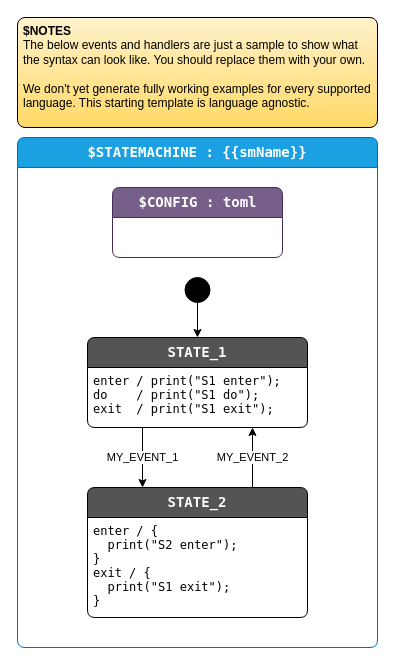
The draw.io diagram src/StateSmith.Cli/Create/Templates/drawio-simple-1/diagram.drawio in StateSmith/StateSmith, before the edit. Source tidied: cells renumbered, new cells numbered last; positions are measured from the earlier drawing's top-left corner, leaving out a move shared by most shapes. Both pictures are drawn from the tidied source at 100%, with x=0, y=0 at pixel (17, 17).
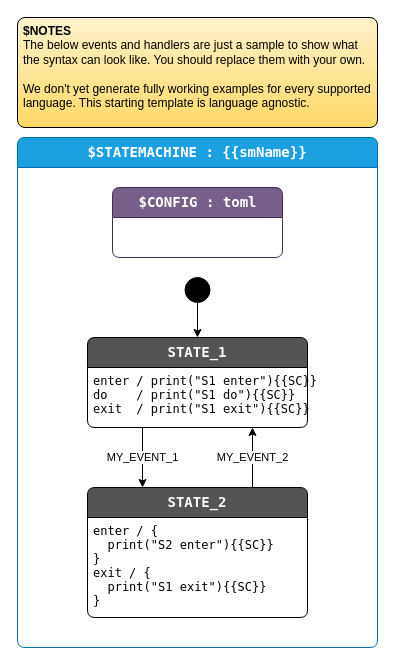
Above is the later version.

The edit, as a diff of the source:
```diff
@@
 <mxGraphModel>
   <root>
     <mxCell id="0" />
     <mxCell id="1" parent="0" />
     <mxCell id="2" value="&lt;b&gt;$NOTES&lt;/b&gt;&lt;br&gt;The below events and handlers are just a sample to show what the syntax can&amp;nbsp;look like. You should replace them with your own.&lt;br&gt;&lt;br&gt;We don't yet generate fully working examples for every supported language. This starting template is language agnostic." style="shape=rectangle;rounded=1;arcSize=15;absoluteArcSize=1;align=left;verticalAlign=top;whiteSpace=wrap;html=1;spacingLeft=4;strokeWidth=1;strokeColor=default;fillColor=#fff2cc;fontColor=#000000;gradientColor=#ffd966;" parent="1" vertex="1">
       <mxGeometry width="360" height="110" as="geometry" />
     </mxCell>
     <mxCell id="3" value="$STATEMACHINE : {{smName}}" style="shape=swimlane;align=center;verticalAlign=top;fontFamily=Lucida Console;startSize=30;fontSize=14;fontStyle=1;fontColor=#ffffff;fillColor=#1ba1e2;swimlaneFillColor=default;rounded=1;arcSize=15;absoluteArcSize=1;strokeColor=#006EAF;" parent="1" vertex="1">
       <mxGeometry y="120" width="360" height="510" as="geometry" />
     </mxCell>
     <mxCell id="4" value=" " style="fontFamily=Lucida Console;align=left;verticalAlign=top;fillColor=none;gradientColor=none;strokeColor=none;rounded=0;spacingLeft=4;" parent="3" vertex="1">
       <mxGeometry y="30" width="30" height="20" as="geometry" />
     </mxCell>
     <mxCell id="5" value="$initial_state" style="shape=ellipse;fillColor=#000000;noLabel=1;" parent="3" vertex="1">
       <mxGeometry x="167.5" y="140" width="25" height="25" as="geometry" />
     </mxCell>
     <mxCell id="6" value="MY_EVENT_1" style="edgeStyle=orthogonalEdgeStyle;rounded=0;jettySize=auto;html=1;exitX=0.25;exitY=1;exitDx=0;exitDy=0;entryX=0.25;entryY=0;entryDx=0;entryDy=0;" parent="3" edge="1" source="7" target="10">
       <mxGeometry relative="1" as="geometry" />
     </mxCell>
     <mxCell id="7" value="STATE_1" style="shape=swimlane;align=center;verticalAlign=top;fontFamily=Lucida Console;startSize=30;fontSize=14;fontStyle=1;fontColor=#FAFAFA;fillColor=#545454;swimlaneFillColor=default;rounded=1;arcSize=15;absoluteArcSize=1;" parent="3" vertex="1">
       <mxGeometry x="70" y="200" width="220" height="90" as="geometry" />
     </mxCell>
-    <mxCell id="8" value="enter / print(&quot;S1 enter&quot;);&#10;do    / print(&quot;S1 do&quot;);&#10;exit  / print(&quot;S1 exit&quot;);" style="fontFamily=Lucida Console;align=left;verticalAlign=top;fillColor=none;gradientColor=none;strokeColor=none;rounded=0;spacingLeft=4;" parent="7" vertex="1">
-      <mxGeometry y="30" width="210" height="60" as="geometry" />
+    <mxCell id="8" value="enter / print(&quot;S1 enter&quot;){{SC}}&#10;do    / print(&quot;S1 do&quot;){{SC}}&#10;exit  / print(&quot;S1 exit&quot;){{SC}}" style="fontFamily=Lucida Console;align=left;verticalAlign=top;fillColor=none;gradientColor=none;strokeColor=none;rounded=0;spacingLeft=4;" parent="7" vertex="1">
+      <mxGeometry y="30" width="250" height="60" as="geometry" />
     </mxCell>
     <mxCell id="9" value="MY_EVENT_2" style="edgeStyle=orthogonalEdgeStyle;rounded=0;jettySize=auto;html=1;exitX=0.75;exitY=0;exitDx=0;exitDy=0;entryX=0.75;entryY=1;entryDx=0;entryDy=0;" parent="3" edge="1" source="10" target="7">
       <mxGeometry relative="1" as="geometry" />
     </mxCell>
     <mxCell id="10" value="STATE_2" style="shape=swimlane;align=center;verticalAlign=top;fontFamily=Lucida Console;startSize=30;fontSize=14;fontStyle=1;fontColor=#FAFAFA;fillColor=#545454;swimlaneFillColor=default;rounded=1;arcSize=15;absoluteArcSize=1;" parent="3" vertex="1">
       <mxGeometry x="70" y="350" width="220" height="130" as="geometry" />
     </mxCell>
-    <mxCell id="11" value="enter / {&#10;  print(&quot;S2 enter&quot;);&#10;}&#10;exit / {&#10;  print(&quot;S1 exit&quot;);&#10;}" style="fontFamily=Lucida Console;align=left;verticalAlign=top;fillColor=none;gradientColor=none;strokeColor=none;rounded=0;spacingLeft=4;" parent="10" vertex="1">
-      <mxGeometry y="30" width="170" height="100" as="geometry" />
+    <mxCell id="11" value="enter / {&#10;  print(&quot;S2 enter&quot;){{SC}}&#10;}&#10;exit / {&#10;  print(&quot;S1 exit&quot;){{SC}}&#10;}" style="fontFamily=Lucida Console;align=left;verticalAlign=top;fillColor=none;gradientColor=none;strokeColor=none;rounded=0;spacingLeft=4;" parent="10" vertex="1">
+      <mxGeometry y="30" width="210" height="100" as="geometry" />
     </mxCell>
     <mxCell id="12" style="rounded=0;" parent="3" edge="1" source="5" target="7">
       <mxGeometry relative="1" as="geometry" />
     </mxCell>
     <mxCell id="13" value="$CONFIG : toml" style="shape=swimlane;align=center;verticalAlign=top;fontFamily=Lucida Console;startSize=30;fontSize=14;fontStyle=1;swimlaneFillColor=default;html=1;rounded=1;arcSize=15;absoluteArcSize=1;fillColor=#76608a;strokeColor=#432D57;fontColor=#ffffff;" parent="3" vertex="1" collapsed="1">
       <mxGeometry x="95" y="50" width="170" height="70" as="geometry" />
     </mxCell>
   </root>
 </mxGraphModel>
```
